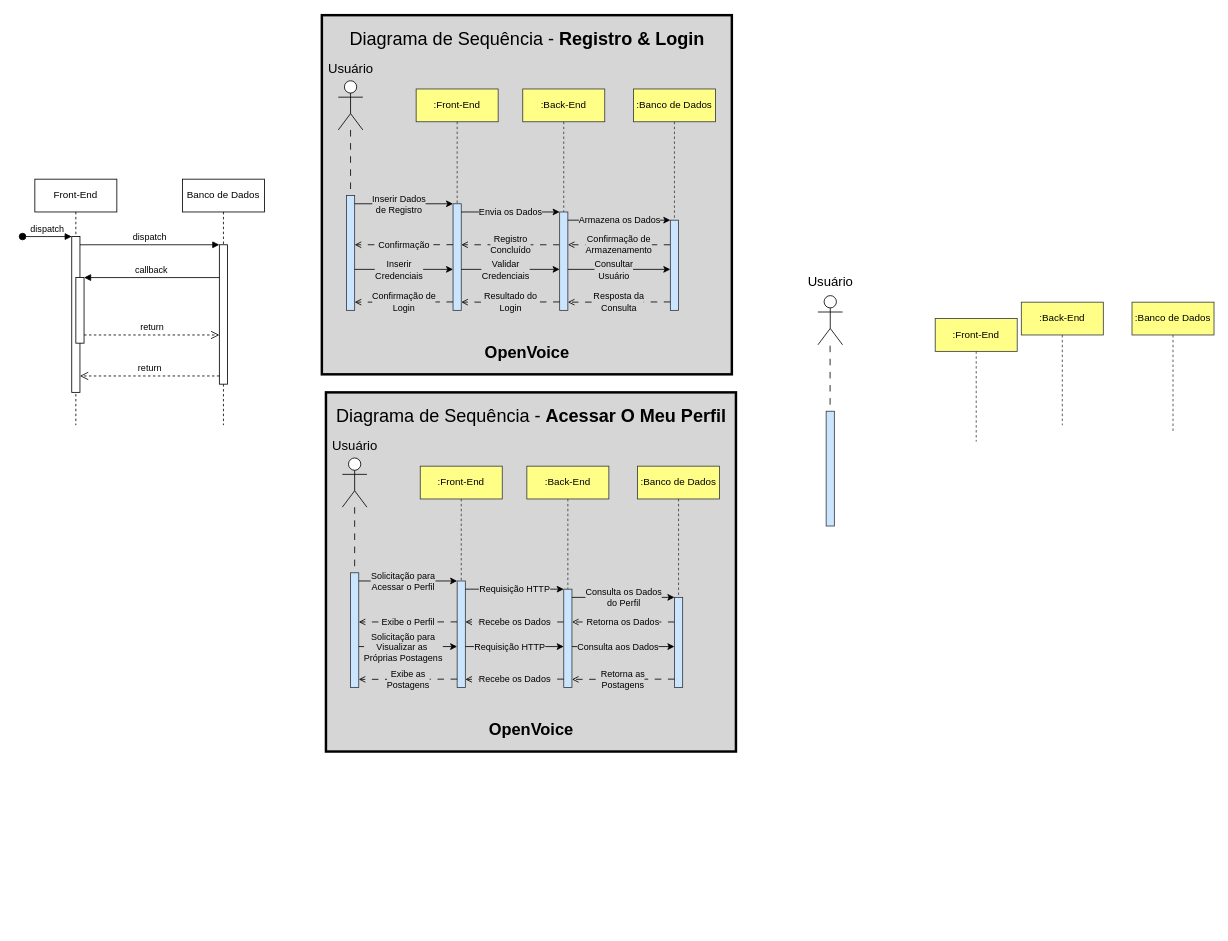
Earlier version of the draw.io diagram misc/diagramas/Diagrama de Sequência/Diagrama de Sequência.drawio (VerbalThree/OpenVoice). Source tidied: cells renumbered, new cells numbered last; positions are measured from the earlier drawing's top-left corner, leaving out a move shared by most shapes. Both pictures are drawn from the tidied source at 82%, with x=0, y=0 at pixel (22, 15).
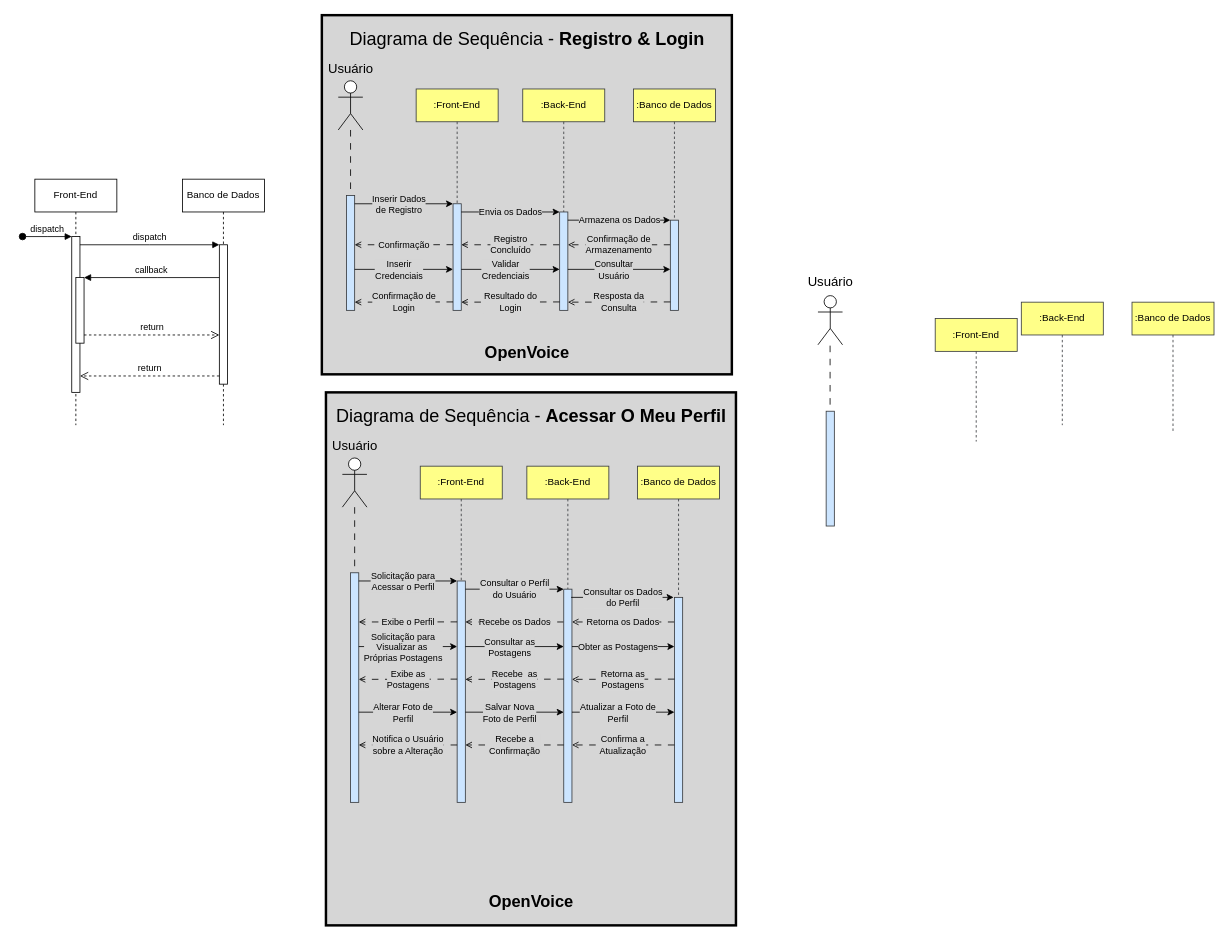
After the change.

Unchanged cells that the change refers to:
```xml
<mxCell id="68" style="endArrow=classic;html=1;rounded=0;" parent="1" edge="1">
  <mxGeometry relative="1" as="geometry">
    <mxPoint x="540" y="770" as="sourcePoint" />
    <mxPoint x="660" y="770" as="targetPoint" />
    <Array as="points">
      <mxPoint x="600" y="770" />
    </Array>
  </mxGeometry>
</mxCell>
<mxCell id="70" style="endArrow=classic;html=1;rounded=0;" parent="1" edge="1">
  <mxGeometry relative="1" as="geometry">
    <mxPoint x="670" y="770" as="sourcePoint" />
    <mxPoint x="795" y="770" as="targetPoint" />
    <Array as="points">
      <mxPoint x="730" y="770" />
    </Array>
  </mxGeometry>
</mxCell>
```

Change to the diagram source:
```diff
@@
     <mxCell id="49" style="rounded=0;whiteSpace=wrap;html=1;font-weight:bold;strokeWidth=3;perimeterSpacing=0;fillColor=#D6D6D6;fillStyle=solid;" parent="1" vertex="1">
-      <mxGeometry x="370" y="460" width="500" height="438" as="geometry" />
+      <mxGeometry x="370" y="460" width="500" height="650" as="geometry" />
     </mxCell>
@@
     <mxCell id="55" style="html=1;perimeter=orthogonalPerimeter;targetShapes=umlLifeline;newEdgeStyle={&quot;edgeStyle&quot;:&quot;elbowEdgeStyle&quot;,&quot;elbow&quot;:&quot;vertical&quot;,&quot;curved&quot;:0,&quot;rounded&quot;:0};fillColor=#cce5ff;strokeColor=#36393d;" parent="1" vertex="1">
-      <mxGeometry x="400" y="680" width="10" height="140" as="geometry" />
+      <mxGeometry x="400" y="680" width="10" height="280" as="geometry" />
     </mxCell>
     <mxCell id="56" style="html=1;points=[];perimeter=orthogonalPerimeter;outlineConnect=0;targetShapes=umlLifeline;portConstraint=eastwest;newEdgeStyle={&quot;edgeStyle&quot;:&quot;elbowEdgeStyle&quot;,&quot;elbow&quot;:&quot;vertical&quot;,&quot;curved&quot;:0,&quot;rounded&quot;:0};fillColor=#cce5ff;strokeColor=#36393d;" parent="1" vertex="1">
-      <mxGeometry x="530" y="690" width="10" height="130" as="geometry" />
+      <mxGeometry x="530" y="690" width="10" height="270" as="geometry" />
     </mxCell>
@@
     <mxCell id="60" style="html=1;perimeter=orthogonalPerimeter;targetShapes=umlLifeline;newEdgeStyle={&quot;edgeStyle&quot;:&quot;elbowEdgeStyle&quot;,&quot;elbow&quot;:&quot;vertical&quot;,&quot;curved&quot;:0,&quot;rounded&quot;:0};fillColor=#cce5ff;strokeColor=#36393d;" parent="1" vertex="1">
-      <mxGeometry x="660" y="700" width="10" height="120" as="geometry" />
+      <mxGeometry x="660" y="700" width="10" height="260" as="geometry" />
     </mxCell>
-    <mxCell id="61" value="Requisição HTTP" style="endArrow=classic;html=1;rounded=0;labelBackgroundColor=#d6d6d6;" parent="1" edge="1">
+    <mxCell id="61" value="Consultar o Perfil&lt;div&gt;do Usuário&lt;/div&gt;" style="endArrow=classic;html=1;rounded=0;labelBackgroundColor=#d6d6d6;" parent="1" edge="1">
       <mxGeometry relative="1" as="geometry">
         <mxPoint x="540" y="700" as="sourcePoint" />
         <mxPoint x="660" y="700" as="targetPoint" />
         <Array as="points">
           <mxPoint x="600" y="700" />
         </Array>
       </mxGeometry>
     </mxCell>
@@
     <mxCell id="63" style="html=1;perimeter=orthogonalPerimeter;targetShapes=umlLifeline;newEdgeStyle={&quot;edgeStyle&quot;:&quot;elbowEdgeStyle&quot;,&quot;elbow&quot;:&quot;vertical&quot;,&quot;curved&quot;:0,&quot;rounded&quot;:0};fillColor=#cce5ff;strokeColor=#36393d;" parent="1" vertex="1">
-      <mxGeometry x="795" y="710" width="10" height="110" as="geometry" />
+      <mxGeometry x="795" y="710" width="10" height="250" as="geometry" />
     </mxCell>
-    <mxCell id="64" value="Consulta os Dados&lt;div&gt;do Perfil&lt;/div&gt;" style="endArrow=classic;html=1;rounded=0;labelBackgroundColor=#d6d6d6;" parent="1" edge="1">
+    <mxCell id="64" value="Consultar os Dados&lt;div&gt;do Perfil&lt;/div&gt;" style="endArrow=classic;html=1;rounded=0;labelBackgroundColor=#d6d6d6;" parent="1" edge="1">
       <mxGeometry relative="1" as="geometry">
-        <mxPoint x="670" y="710" as="sourcePoint" />
-        <mxPoint x="795" y="710" as="targetPoint" />
+        <mxPoint x="669" y="710" as="sourcePoint" />
+        <mxPoint x="794" y="710" as="targetPoint" />
         <Array as="points">
-          <mxPoint x="725.5" y="710" />
+          <mxPoint x="724.5" y="710" />
         </Array>
       </mxGeometry>
     </mxCell>
@@
-    <mxCell id="69" value="Requisição HTTP" style="edgeLabel;html=1;align=center;verticalAlign=middle;labelBackgroundColor=#d6d6d6;" parent="68" vertex="1">
+    <mxCell id="69" value="Consultar as&lt;div&gt;Postagens&lt;/div&gt;" style="edgeLabel;html=1;align=center;verticalAlign=middle;labelBackgroundColor=#d6d6d6;" parent="68" vertex="1">
       <mxGeometry x="-0.12" relative="1" as="geometry" />
     </mxCell>
@@
-    <mxCell id="71" value="Consulta aos Dados" style="edgeLabel;html=1;align=center;verticalAlign=middle;labelBackgroundColor=#d6d6d6;" parent="70" vertex="1">
+    <mxCell id="71" value="Obter as Postagens" style="edgeLabel;html=1;align=center;verticalAlign=middle;labelBackgroundColor=#d6d6d6;" parent="70" vertex="1">
       <mxGeometry x="-0.12" relative="1" as="geometry" />
     </mxCell>
@@
-    <mxCell id="73" value="Recebe os Dados" style="edgeStyle=elbowEdgeStyle;rounded=0;orthogonalLoop=1;jettySize=auto;html=1;elbow=vertical;curved=0;dashed=1;dashPattern=8 8;endArrow=open;endFill=0;labelBackgroundColor=#d6d6d6;" parent="1" edge="1">
+    <mxCell id="73" value="Recebe&amp;nbsp; as&lt;div&gt;Postagens&lt;/div&gt;" style="edgeStyle=elbowEdgeStyle;rounded=0;orthogonalLoop=1;jettySize=auto;html=1;elbow=vertical;curved=0;dashed=1;dashPattern=8 8;endArrow=open;endFill=0;labelBackgroundColor=#d6d6d6;" parent="1" edge="1">
       <mxGeometry relative="1" as="geometry">
         <mxPoint x="660" y="809.7" as="sourcePoint" />
         <mxPoint x="540" y="809.7" as="targetPoint" />
       </mxGeometry>
     </mxCell>
@@
     <mxCell id="76" value="&lt;font style=&quot;font-size: 20px;&quot;&gt;&lt;b&gt;OpenVoice&lt;/b&gt;&lt;/font&gt;" style="text;html=1;align=center;verticalAlign=middle;strokeColor=none;fillColor=none;" parent="1" vertex="1">
-      <mxGeometry x="555" y="850" width="130" height="40" as="geometry" />
+      <mxGeometry x="555" y="1060" width="130" height="40" as="geometry" />
     </mxCell>
@@
+    <mxCell id="78" style="endArrow=classic;html=1;rounded=0;" parent="1" edge="1">
+      <mxGeometry relative="1" as="geometry">
+        <mxPoint x="410" y="850" as="sourcePoint" />
+        <mxPoint x="530" y="850" as="targetPoint" />
+        <Array as="points">
+          <mxPoint x="470" y="850" />
+        </Array>
+      </mxGeometry>
+    </mxCell>
+    <mxCell id="79" value="Alterar Foto de&lt;div&gt;Perfil&lt;/div&gt;" style="edgeLabel;html=1;align=center;verticalAlign=middle;labelBackgroundColor=#d6d6d6;" parent="78" vertex="1">
+      <mxGeometry x="-0.12" relative="1" as="geometry" />
+    </mxCell>
+    <mxCell id="80" style="endArrow=classic;html=1;rounded=0;" parent="1" edge="1">
+      <mxGeometry relative="1" as="geometry">
+        <mxPoint x="540" y="850" as="sourcePoint" />
+        <mxPoint x="660" y="850" as="targetPoint" />
+        <Array as="points">
+          <mxPoint x="600" y="850" />
+        </Array>
+      </mxGeometry>
+    </mxCell>
+    <mxCell id="81" value="Salvar Nova&lt;div&gt;Foto de Perfil&lt;/div&gt;" style="edgeLabel;html=1;align=center;verticalAlign=middle;labelBackgroundColor=#d6d6d6;" parent="80" vertex="1">
+      <mxGeometry x="-0.12" relative="1" as="geometry" />
+    </mxCell>
+    <mxCell id="82" style="endArrow=classic;html=1;rounded=0;" parent="1" edge="1">
+      <mxGeometry relative="1" as="geometry">
+        <mxPoint x="670" y="850" as="sourcePoint" />
+        <mxPoint x="795" y="850" as="targetPoint" />
+        <Array as="points">
+          <mxPoint x="730" y="850" />
+        </Array>
+      </mxGeometry>
+    </mxCell>
+    <mxCell id="83" value="Atualizar a Foto de&lt;div&gt;Perfil&lt;/div&gt;" style="edgeLabel;html=1;align=center;verticalAlign=middle;labelBackgroundColor=#d6d6d6;" parent="82" vertex="1">
+      <mxGeometry x="-0.12" relative="1" as="geometry" />
+    </mxCell>
+    <mxCell id="84" value="Confirma a&lt;div&gt;Atualização&lt;/div&gt;" style="edgeStyle=elbowEdgeStyle;rounded=0;orthogonalLoop=1;jettySize=auto;html=1;elbow=vertical;curved=0;dashed=1;dashPattern=8 8;endArrow=open;endFill=0;labelBackgroundColor=#d6d6d6;" parent="1" edge="1">
+      <mxGeometry relative="1" as="geometry">
+        <mxPoint x="795" y="890" as="sourcePoint" />
+        <mxPoint x="670" y="890" as="targetPoint" />
+      </mxGeometry>
+    </mxCell>
+    <mxCell id="85" value="Recebe a&lt;div&gt;Confirmação&lt;/div&gt;" style="edgeStyle=elbowEdgeStyle;rounded=0;orthogonalLoop=1;jettySize=auto;html=1;elbow=vertical;curved=0;dashed=1;dashPattern=8 8;endArrow=open;endFill=0;labelBackgroundColor=#d6d6d6;" parent="1" edge="1">
+      <mxGeometry relative="1" as="geometry">
+        <mxPoint x="660" y="890" as="sourcePoint" />
+        <mxPoint x="540" y="890" as="targetPoint" />
+      </mxGeometry>
+    </mxCell>
+    <mxCell id="86" value="Notifica o Usuário&lt;div&gt;sobre a Alteração&lt;/div&gt;" style="edgeStyle=elbowEdgeStyle;rounded=0;orthogonalLoop=1;jettySize=auto;html=1;elbow=vertical;curved=0;dashed=1;dashPattern=8 8;endArrow=open;endFill=0;labelBackgroundColor=#d6d6d6;" parent="1" edge="1">
+      <mxGeometry relative="1" as="geometry">
+        <mxPoint x="530" y="890" as="sourcePoint" />
+        <mxPoint x="410" y="890" as="targetPoint" />
+      </mxGeometry>
+    </mxCell>
```
